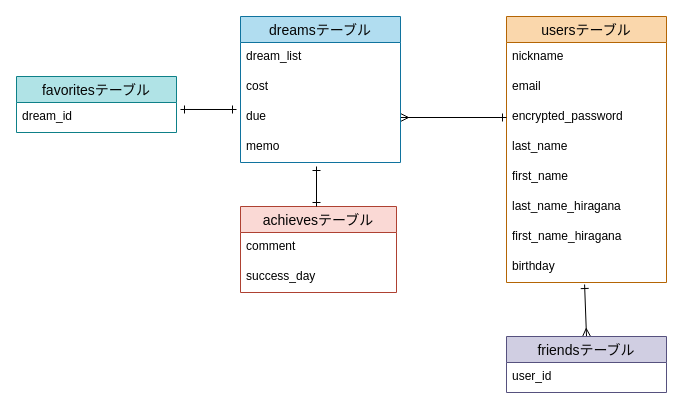
The draw.io diagram original-app.dio in Shibasaki-Suzuka/original-app, before the edit. Source tidied: cells renumbered, new cells numbered last; positions are measured from the earlier drawing's top-left corner, leaving out a move shared by most shapes. Both pictures are drawn from the tidied source at 100%, with x=0, y=0 at pixel (16, 16).
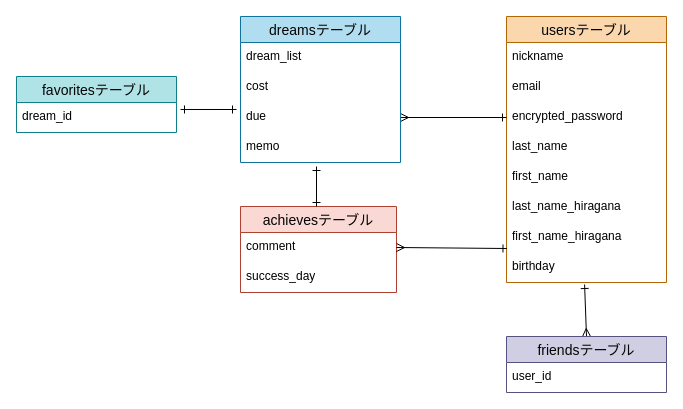
After the change.

Unchanged cells that the change refers to:
```xml
<mxCell id="10" value="birthday" style="text;strokeColor=none;fillColor=none;spacingLeft=4;spacingRight=4;overflow=hidden;points=[[0,0.5],[1,0.5]];portConstraint=eastwest;fontSize=12;" parent="2" vertex="1">
  <mxGeometry y="236" width="160" height="30" as="geometry" />
</mxCell>
<mxCell id="24" value="comment" style="text;strokeColor=none;fillColor=none;spacingLeft=4;spacingRight=4;overflow=hidden;points=[[0,0.5],[1,0.5]];portConstraint=eastwest;fontSize=12;" parent="23" vertex="1">
  <mxGeometry y="26" width="156" height="30" as="geometry" />
</mxCell>
```

The edit, as a diff of the source:
```diff
@@
+    <mxCell id="27" style="edgeStyle=none;html=1;exitX=1;exitY=0.5;exitDx=0;exitDy=0;entryX=0.003;entryY=-0.133;entryDx=0;entryDy=0;entryPerimeter=0;endArrow=ERone;endFill=0;startArrow=ERmany;startFill=0;" parent="1" edge="1" source="24" target="10">
+      <mxGeometry relative="1" as="geometry" />
+    </mxCell>
```
